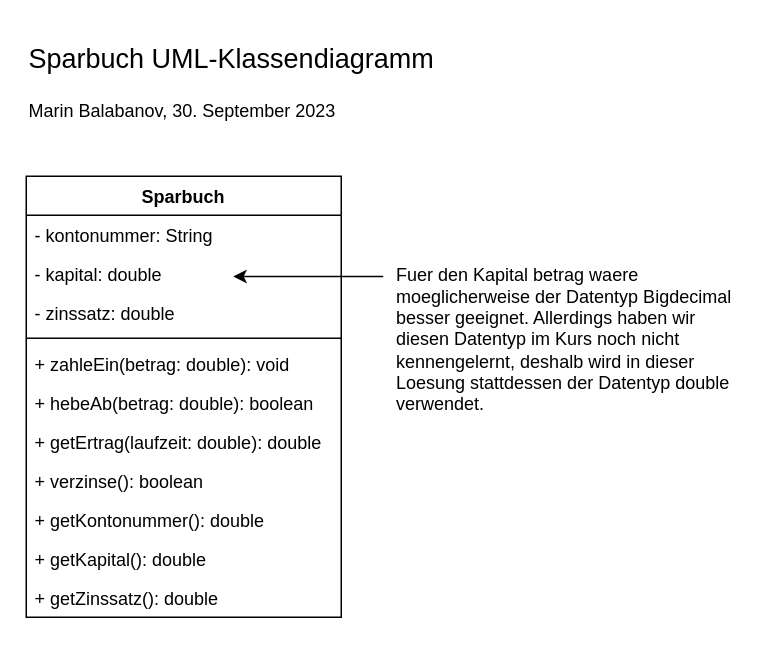
mbalabanov/SparbuchOOP keeps this draw.io diagram as SparbuchUML.drawio. Above is the earlier version. Source tidied: cells renumbered, new cells numbered last; positions are measured from the earlier drawing's top-left corner, leaving out a move shared by most shapes. Both pictures are drawn from the tidied source at 150%, with x=0, y=0 at pixel (26, 26).
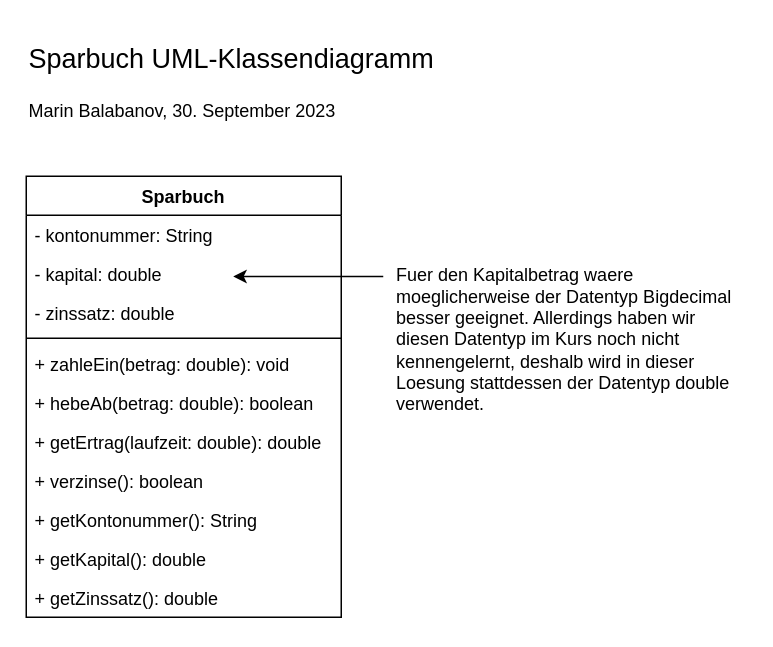
Above is the later version.

What changed in the source:
```diff
@@
 <mxGraphModel>
   <root>
     <mxCell id="0" />
     <mxCell id="1" parent="0" />
     <mxCell id="2" value="Sparbuch" style="swimlane;fontStyle=1;align=center;verticalAlign=top;horizontal=1;startSize=26;" parent="1" vertex="1">
       <mxGeometry y="100" width="210" height="294" as="geometry" />
     </mxCell>
     <mxCell id="3" value="- kontonummer: String" style="text;strokeColor=none;fillColor=none;align=left;verticalAlign=top;spacingLeft=4;spacingRight=4;overflow=hidden;" parent="2" vertex="1">
       <mxGeometry y="26" width="210" height="26" as="geometry" />
     </mxCell>
     <mxCell id="4" value="- kapital: double" style="text;strokeColor=none;fillColor=none;align=left;verticalAlign=top;spacingLeft=4;spacingRight=4;overflow=hidden;" parent="2" vertex="1">
       <mxGeometry y="52" width="210" height="26" as="geometry" />
     </mxCell>
     <mxCell id="5" value="- zinssatz: double" style="text;strokeColor=none;fillColor=none;align=left;verticalAlign=top;spacingLeft=4;spacingRight=4;overflow=hidden;" parent="2" vertex="1">
       <mxGeometry y="78" width="210" height="26" as="geometry" />
     </mxCell>
     <mxCell id="6" style="line;strokeWidth=1;fillColor=none;align=left;verticalAlign=middle;spacingTop=-1;spacingLeft=3;spacingRight=3;labelPosition=right;strokeColor=inherit;" parent="2" vertex="1">
       <mxGeometry y="104" width="210" height="8" as="geometry" />
     </mxCell>
     <mxCell id="7" value="+ zahleEin(betrag: double): void" style="text;strokeColor=none;fillColor=none;align=left;verticalAlign=top;spacingLeft=4;spacingRight=4;overflow=hidden;" parent="2" vertex="1">
       <mxGeometry y="112" width="210" height="26" as="geometry" />
     </mxCell>
     <mxCell id="8" value="+ hebeAb(betrag: double): boolean" style="text;strokeColor=none;fillColor=none;align=left;verticalAlign=top;spacingLeft=4;spacingRight=4;overflow=hidden;" parent="2" vertex="1">
       <mxGeometry y="138" width="210" height="26" as="geometry" />
     </mxCell>
     <mxCell id="9" value="+ getErtrag(laufzeit: double): double&#10; " style="text;strokeColor=none;fillColor=none;align=left;verticalAlign=top;spacingLeft=4;spacingRight=4;overflow=hidden;" parent="2" vertex="1">
       <mxGeometry y="164" width="210" height="26" as="geometry" />
     </mxCell>
     <mxCell id="10" value="+ verzinse(): boolean" style="text;strokeColor=none;fillColor=none;align=left;verticalAlign=top;spacingLeft=4;spacingRight=4;overflow=hidden;" parent="2" vertex="1">
       <mxGeometry y="190" width="210" height="26" as="geometry" />
     </mxCell>
-    <mxCell id="11" value="+ getKontonummer(): double " style="text;strokeColor=none;fillColor=none;align=left;verticalAlign=top;spacingLeft=4;spacingRight=4;overflow=hidden;" parent="2" vertex="1">
+    <mxCell id="11" value="+ getKontonummer(): String " style="text;strokeColor=none;fillColor=none;align=left;verticalAlign=top;spacingLeft=4;spacingRight=4;overflow=hidden;" parent="2" vertex="1">
       <mxGeometry y="216" width="210" height="26" as="geometry" />
     </mxCell>
     <mxCell id="12" value="+ getKapital(): double " style="text;strokeColor=none;fillColor=none;align=left;verticalAlign=top;spacingLeft=4;spacingRight=4;overflow=hidden;" parent="2" vertex="1">
       <mxGeometry y="242" width="210" height="26" as="geometry" />
     </mxCell>
     <mxCell id="13" value="+ getZinssatz(): double " style="text;strokeColor=none;fillColor=none;align=left;verticalAlign=top;spacingLeft=4;spacingRight=4;overflow=hidden;" parent="2" vertex="1">
       <mxGeometry y="268" width="210" height="26" as="geometry" />
     </mxCell>
-    <mxCell id="14" value="Fuer den Kapital betrag waere moeglicherweise der Datentyp Bigdecimal besser geeignet. Allerdings haben wir diesen Datentyp im Kurs noch nicht kennengelernt, deshalb wird in dieser Loesung stattdessen der Datentyp double verwendet." style="text;html=1;strokeColor=none;fillColor=none;align=left;verticalAlign=middle;whiteSpace=wrap;rounded=0;" parent="1" vertex="1">
+    <mxCell id="14" value="Fuer den Kapitalbetrag waere moeglicherweise der Datentyp Bigdecimal besser geeignet. Allerdings haben wir diesen Datentyp im Kurs noch nicht kennengelernt, deshalb wird in dieser Loesung stattdessen der Datentyp double verwendet." style="text;html=1;strokeColor=none;fillColor=none;align=left;verticalAlign=middle;whiteSpace=wrap;rounded=0;" parent="1" vertex="1">
       <mxGeometry x="245" y="152" width="235" height="114" as="geometry" />
     </mxCell>
     <mxCell id="15" value="Sparbuch UML-Klassendiagramm" style="text;html=1;strokeColor=none;fillColor=none;align=left;verticalAlign=middle;whiteSpace=wrap;rounded=0;fontSize=18;" parent="1" vertex="1">
       <mxGeometry width="310" height="44" as="geometry" />
     </mxCell>
     <mxCell id="16" value="Marin Balabanov, 30. September 2023" style="text;html=1;strokeColor=none;fillColor=none;align=left;verticalAlign=middle;whiteSpace=wrap;rounded=0;" parent="1" vertex="1">
       <mxGeometry y="40" width="290" height="34" as="geometry" />
     </mxCell>
     <mxCell id="17" style="edgeStyle=none;html=1;" parent="1" edge="1">
       <mxGeometry relative="1" as="geometry">
         <mxPoint x="238" y="166.8" as="sourcePoint" />
         <mxPoint x="138" y="166.8" as="targetPoint" />
       </mxGeometry>
     </mxCell>
   </root>
 </mxGraphModel>
```
